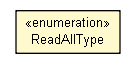
trajano/doxdb keeps this Graphviz diagram as doxdb-rest/apidocs/net/trajano/doxdb/schema/ReadAllType.png. Above is the earlier version. Its source is kept beside it as doxdb-rest/apidocs/net/trajano/doxdb/schema/ReadAllType.dot.
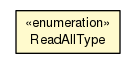
Above is the later version.

Diff of the diagram source:
```diff
@@ -1,13 +1,13 @@
 
 digraph G {
-	edge [fontname="arial",fontsize=10,labelfontname="arial",labelfontsize=10];
-	node [fontname="arial",fontsize=10,shape=plaintext];
+	edge [fontname="Helvetica",fontsize=10,labelfontname="Helvetica",labelfontsize=10];
+	node [fontname="Helvetica",fontsize=10,shape=plaintext];
 	nodesep=0.25;
 	ranksep=0.5;
-	c1412 [label=<<table title="net.trajano.doxdb.schema.ReadAllType" border="0" cellborder="1" cellspacing="0" cellpadding="2" port="p" bgcolor="lemonChiffon" href="./ReadAllType.html">
+	c1414 [label=<<table title="net.trajano.doxdb.schema.ReadAllType" border="0" cellborder="1" cellspacing="0" cellpadding="2" port="p" bgcolor="lemonChiffon" href="./ReadAllType.html">
 		<tr><td><table border="0" cellspacing="0" cellpadding="1">
 <tr><td align="center" balign="center"> &#171;enumeration&#187; </td></tr>
 <tr><td align="center" balign="center"> ReadAllType </td></tr>
 		</table></td></tr>
-		</table>>, URL="./ReadAllType.html", fontname="arial", fontcolor="black", fontsize=10.0];
+		</table>>, URL="./ReadAllType.html", fontname="Helvetica", fontcolor="black", fontsize=10.0];
 }
```
